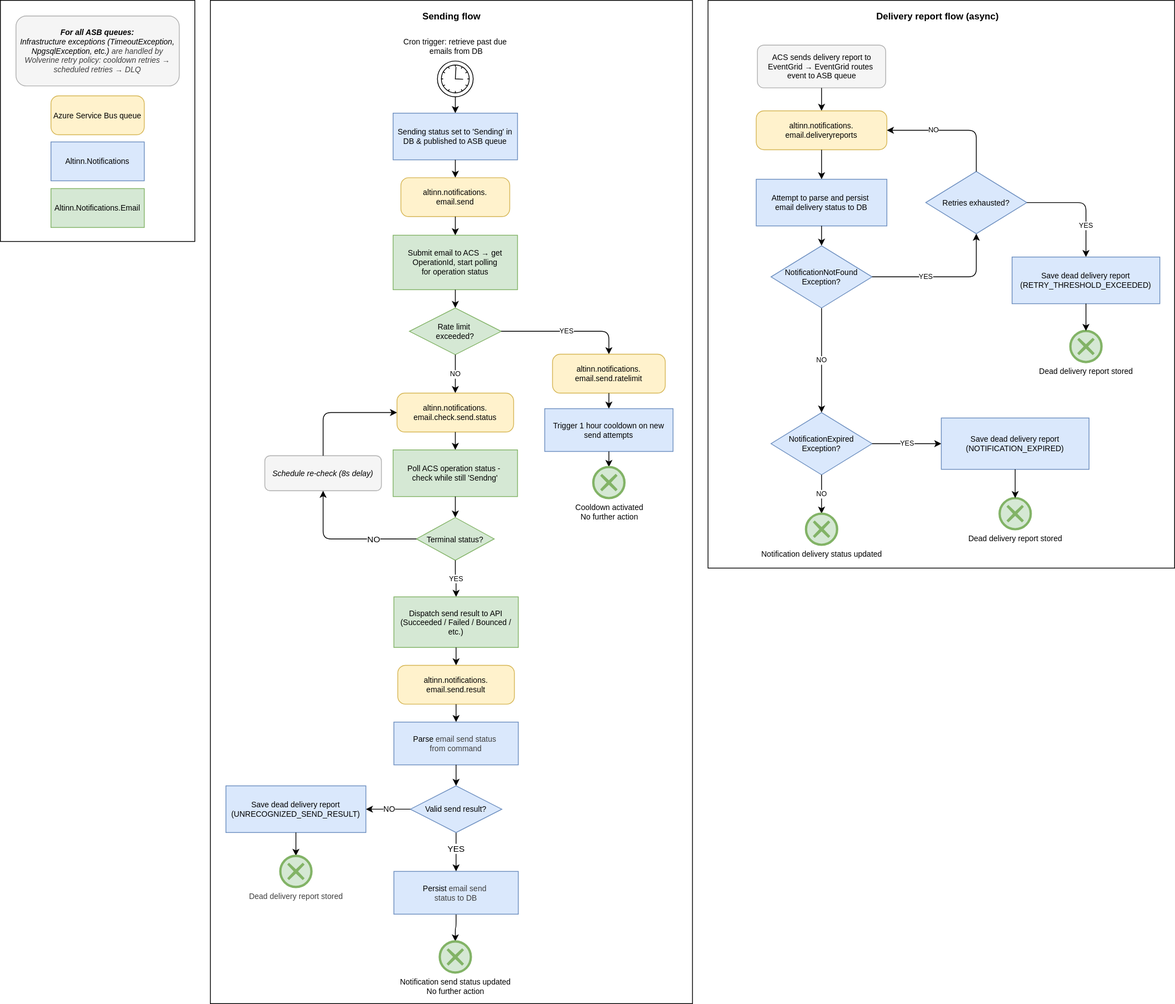
Above: docs/architecture/flowchart-email-notifications-process.svg in Altinn/altinn-notifications (draw.io), before the change. Source tidied: cells renumbered, new cells last; positions are measured from the earlier drawing's top-left corner, leaving out a move shared by most shapes.
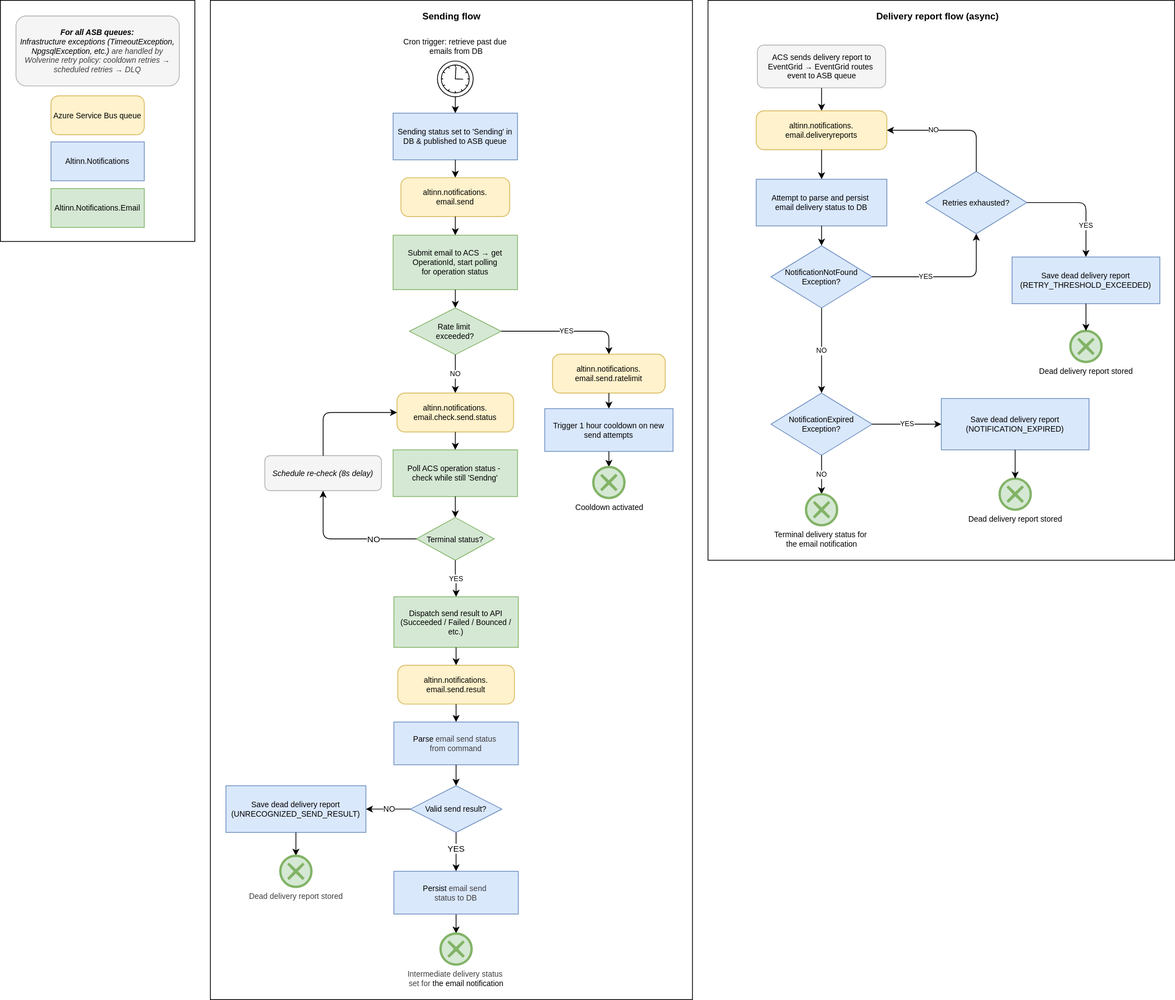
Above is the later version.

Commit message:
Update email process diagram

Change to the diagram source:
```diff
@@ -3,10 +3,10 @@
     <mxCell id="0" />
     <mxCell id="1" parent="0" />
     <mxCell id="2" style="rounded=0;whiteSpace=wrap;html=1;" parent="1" vertex="1">
-      <mxGeometry x="910" width="600" height="730" as="geometry" />
+      <mxGeometry x="910" width="600" height="720" as="geometry" />
     </mxCell>
     <mxCell id="3" style="rounded=0;whiteSpace=wrap;html=1;" parent="1" vertex="1">
-      <mxGeometry x="270" width="620" height="1290" as="geometry" />
+      <mxGeometry x="270" width="620" height="1285" as="geometry" />
     </mxCell>
     <mxCell id="4" value="&lt;font style=&quot;font-size: 12px;&quot;&gt;Sending flow&lt;/font&gt;" style="text;html=1;align=center;verticalAlign=middle;strokeColor=none;fillColor=none;fontSize=11;fontStyle=1;" parent="1" vertex="1">
       <mxGeometry x="480" y="8.5" width="200" height="25" as="geometry" />
@@ -59,7 +59,7 @@
     <mxCell id="20" style="edgeStyle=orthogonalEdgeStyle;html=1;" parent="1" edge="1" source="19" target="21">
       <mxGeometry relative="1" as="geometry" />
     </mxCell>
-    <mxCell id="21" value="&lt;div&gt;Cooldown activated&lt;/div&gt;No further action" style="points=[[0.145,0.145,0],[0.5,0,0],[0.855,0.145,0],[1,0.5,0],[0.855,0.855,0],[0.5,1,0],[0.145,0.855,0],[0,0.5,0]];shape=mxgraph.bpmn.event;html=1;verticalLabelPosition=bottom;labelBackgroundColor=#ffffff;verticalAlign=top;align=center;perimeter=ellipsePerimeter;outlineConnect=0;outline=end;symbol=cancel;fontSize=10;fillColor=#d5e8d4;strokeColor=#82b366;" parent="1" vertex="1">
+    <mxCell id="21" value="&lt;div&gt;Cooldown activated&lt;/div&gt;" style="points=[[0.145,0.145,0],[0.5,0,0],[0.855,0.145,0],[1,0.5,0],[0.855,0.855,0],[0.5,1,0],[0.145,0.855,0],[0,0.5,0]];shape=mxgraph.bpmn.event;html=1;verticalLabelPosition=bottom;labelBackgroundColor=#ffffff;verticalAlign=top;align=center;perimeter=ellipsePerimeter;outlineConnect=0;outline=end;symbol=cancel;fontSize=10;fillColor=#d5e8d4;strokeColor=#82b366;" parent="1" vertex="1">
       <mxGeometry x="762.5" y="600" width="40" height="40" as="geometry" />
     </mxCell>
     <mxCell id="22" value="NO" style="edgeStyle=orthogonalEdgeStyle;html=1;exitX=0.5;exitY=1;exitDx=0;exitDy=0;fontSize=9;" parent="1" edge="1" source="15" target="23">
@@ -116,8 +116,8 @@
     <mxCell id="37" style="edgeStyle=orthogonalEdgeStyle;html=1;exitX=0.5;exitY=1;exitDx=0;exitDy=0;entryX=0.5;entryY=0;entryDx=0;entryDy=0;entryPerimeter=0;" parent="1" edge="1" source="64" target="38">
       <mxGeometry relative="1" as="geometry" />
     </mxCell>
-    <mxCell id="38" value="&lt;font&gt;Notification send status updated&lt;/font&gt;&lt;div&gt;&lt;font&gt;No further action&lt;/font&gt;&lt;/div&gt;" style="points=[[0.145,0.145,0],[0.5,0,0],[0.855,0.145,0],[1,0.5,0],[0.855,0.855,0],[0.5,1,0],[0.145,0.855,0],[0,0.5,0]];shape=mxgraph.bpmn.event;html=1;verticalLabelPosition=bottom;labelBackgroundColor=#ffffff;verticalAlign=top;align=center;perimeter=ellipsePerimeter;outlineConnect=0;outline=end;symbol=cancel;fontSize=10;fillColor=#d5e8d4;strokeColor=#82b366;" parent="1" vertex="1">
-      <mxGeometry x="565" y="1210" width="40" height="40" as="geometry" />
+    <mxCell id="38" value="&lt;font style=&quot;color: rgb(63, 63, 63); scrollbar-color: rgb(226, 226, 226) rgb(251, 251, 251);&quot;&gt;Intermediate delivery status&amp;nbsp;&lt;/font&gt;&lt;div&gt;&lt;font style=&quot;color: rgb(63, 63, 63); scrollbar-color: rgb(226, 226, 226) rgb(251, 251, 251);&quot;&gt;set for&amp;nbsp;&lt;/font&gt;&lt;span style=&quot;background-color: light-dark(rgb(255, 255, 255), rgb(18, 18, 18));&quot;&gt;the email notification&lt;/span&gt;&lt;/div&gt;" style="points=[[0.145,0.145,0],[0.5,0,0],[0.855,0.145,0],[1,0.5,0],[0.855,0.855,0],[0.5,1,0],[0.145,0.855,0],[0,0.5,0]];shape=mxgraph.bpmn.event;html=1;verticalLabelPosition=bottom;labelBackgroundColor=#ffffff;verticalAlign=top;align=center;perimeter=ellipsePerimeter;outlineConnect=0;outline=end;symbol=cancel;fontSize=10;fillColor=#d5e8d4;strokeColor=#82b366;" parent="1" vertex="1">
+      <mxGeometry x="566" y="1200" width="40" height="40" as="geometry" />
     </mxCell>
     <mxCell id="39" value="&lt;font&gt;ACS sends delivery report to EventGrid → EventGrid routes&amp;nbsp;&lt;/font&gt;&lt;div&gt;&lt;font&gt;event to ASB queue&lt;/font&gt;&lt;/div&gt;" style="rounded=1;whiteSpace=wrap;html=1;fillColor=#f5f5f5;strokeColor=#b0b0b0;fontSize=10;" parent="1" vertex="1">
       <mxGeometry x="973.5" y="57.5" width="165" height="55" as="geometry" />
@@ -138,7 +138,7 @@
       <mxGeometry relative="1" as="geometry" />
     </mxCell>
     <mxCell id="45" value="&lt;font&gt;NotificationExpired&lt;/font&gt;&lt;div&gt;&lt;font&gt;Exception?&lt;/font&gt;&lt;/div&gt;" style="rhombus;whiteSpace=wrap;html=1;fontSize=10;fillColor=#dae8fc;strokeColor=#6c8ebf;" parent="1" vertex="1">
-      <mxGeometry x="991" y="530" width="130" height="80" as="geometry" />
+      <mxGeometry x="991" y="505" width="130" height="80" as="geometry" />
     </mxCell>
     <mxCell id="46" value="YES" style="edgeStyle=orthogonalEdgeStyle;html=1;exitX=1;exitY=0.5;exitDx=0;exitDy=0;entryX=0;entryY=0.5;entryDx=0;entryDy=0;fontSize=9;" parent="1" edge="1" source="45" target="48">
       <mxGeometry relative="1" as="geometry" />
@@ -152,10 +152,10 @@
       </mxGeometry>
     </mxCell>
     <mxCell id="48" value="&lt;font&gt;Save dead delivery report&lt;/font&gt;&lt;div&gt;&lt;font&gt;(NOTIFICATION_EXPIRED)&lt;/font&gt;&lt;/div&gt;" style="rounded=0;whiteSpace=wrap;html=1;fillColor=#dae8fc;strokeColor=#6c8ebf;fontSize=10;" parent="1" vertex="1">
-      <mxGeometry x="1210" y="537" width="190" height="66" as="geometry" />
+      <mxGeometry x="1210" y="512" width="190" height="66" as="geometry" />
     </mxCell>
     <mxCell id="49" value="&lt;font&gt;Dead delivery report stored&lt;/font&gt;" style="points=[[0.145,0.145,0],[0.5,0,0],[0.855,0.145,0],[1,0.5,0],[0.855,0.855,0],[0.5,1,0],[0.145,0.855,0],[0,0.5,0]];shape=mxgraph.bpmn.event;html=1;verticalLabelPosition=bottom;labelBackgroundColor=#ffffff;verticalAlign=top;align=center;perimeter=ellipsePerimeter;outlineConnect=0;outline=end;symbol=cancel;fillColor=#d5e8d4;strokeColor=#82b366;fontSize=10;" parent="1" vertex="1">
-      <mxGeometry x="1285" y="640" width="40" height="40" as="geometry" />
+      <mxGeometry x="1285" y="615" width="40" height="40" as="geometry" />
     </mxCell>
     <mxCell id="50" style="edgeStyle=orthogonalEdgeStyle;html=1;entryX=0.5;entryY=0;entryDx=0;entryDy=0;entryPerimeter=0;exitX=0.5;exitY=1;exitDx=0;exitDy=0;" parent="1" edge="1" source="48" target="49">
       <mxGeometry relative="1" as="geometry" />
@@ -191,8 +191,8 @@
     <mxCell id="59" style="edgeStyle=orthogonalEdgeStyle;html=1;" parent="1" edge="1" source="57" target="58">
       <mxGeometry relative="1" as="geometry" />
     </mxCell>
-    <mxCell id="60" value="&lt;font&gt;Notification delivery status updated&lt;/font&gt;" style="points=[[0.145,0.145,0],[0.5,0,0],[0.855,0.145,0],[1,0.5,0],[0.855,0.855,0],[0.5,1,0],[0.145,0.855,0],[0,0.5,0]];shape=mxgraph.bpmn.event;html=1;verticalLabelPosition=bottom;labelBackgroundColor=#ffffff;verticalAlign=top;align=center;perimeter=ellipsePerimeter;outlineConnect=0;outline=end;symbol=cancel;fillColor=#d5e8d4;strokeColor=#82b366;fontSize=10;" parent="1" vertex="1">
-      <mxGeometry x="1036" y="660" width="40" height="40" as="geometry" />
+    <mxCell id="60" value="&lt;font&gt;Terminal delivery status for&amp;nbsp;&lt;/font&gt;&lt;div&gt;&lt;font&gt;the email notification&lt;/font&gt;&lt;/div&gt;" style="points=[[0.145,0.145,0],[0.5,0,0],[0.855,0.145,0],[1,0.5,0],[0.855,0.855,0],[0.5,1,0],[0.145,0.855,0],[0,0.5,0]];shape=mxgraph.bpmn.event;html=1;verticalLabelPosition=bottom;labelBackgroundColor=#ffffff;verticalAlign=top;align=center;perimeter=ellipsePerimeter;outlineConnect=0;outline=end;symbol=cancel;fillColor=#d5e8d4;strokeColor=#82b366;fontSize=10;" parent="1" vertex="1">
+      <mxGeometry x="1036" y="635" width="40" height="40" as="geometry" />
     </mxCell>
     <mxCell id="61" style="edgeStyle=orthogonalEdgeStyle;html=1;fontSize=9;entryX=0;entryY=0.5;entryDx=0;entryDy=0;exitX=0.5;exitY=0;exitDx=0;exitDy=0;" parent="1" edge="1" source="26" target="23">
       <mxGeometry x="0.17" relative="1" as="geometry">
```
